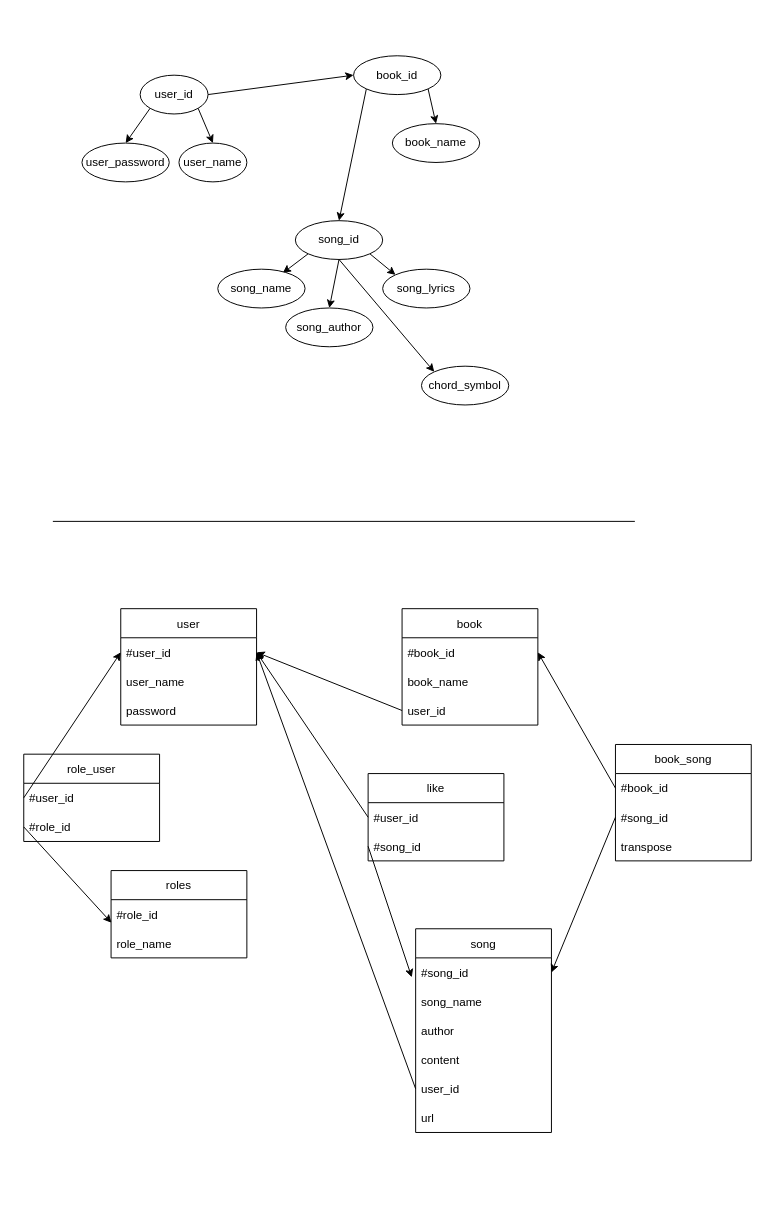
Earlier version of the draw.io diagram docs/schemas/database.drawio (gui3/campsongs). Source tidied: cells renumbered, new cells numbered last; positions are measured from the earlier drawing's top-left corner, leaving out a move shared by most shapes. Both pictures are drawn from the tidied source at 97%, with x=0, y=0 at pixel (23, 55).
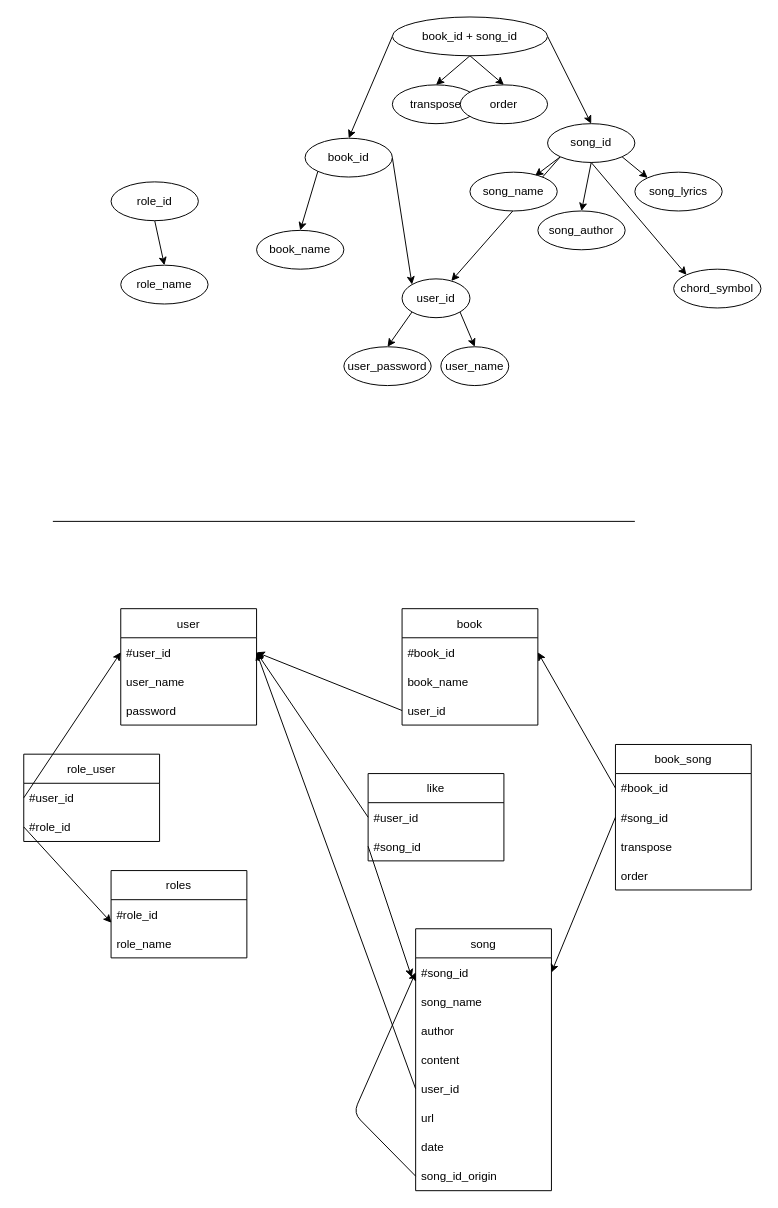
The same page after the edit.

The change refers to these unchanged cells:
```xml
<mxCell id="31" value="#song_id" style="text;strokeColor=none;fillColor=none;align=left;verticalAlign=middle;spacingLeft=4;spacingRight=4;overflow=hidden;points=[[0,0.5],[1,0.5]];portConstraint=eastwest;" parent="30" vertex="1">
  <mxGeometry y="30" width="140" height="30" as="geometry" />
</mxCell>
```

The edit, as a diff of the source:
```diff
@@
     <mxCell id="2" value="user_name" style="ellipse;whiteSpace=wrap;html=1;" parent="1" vertex="1">
-      <mxGeometry x="160" y="90" width="70" height="40" as="geometry" />
+      <mxGeometry x="430" y="300" width="70" height="40" as="geometry" />
     </mxCell>
@@
-    <mxCell id="5" style="edgeStyle=none;html=1;exitX=1;exitY=0.5;exitDx=0;exitDy=0;entryX=0;entryY=0.5;entryDx=0;entryDy=0;" parent="1" edge="1" source="6" target="10">
+    <mxCell id="5" style="edgeStyle=none;html=1;exitX=1;exitY=0.5;exitDx=0;exitDy=0;entryX=0;entryY=0;entryDx=0;entryDy=0;" parent="1" edge="1" source="10" target="6">
       <mxGeometry relative="1" as="geometry" />
     </mxCell>
     <mxCell id="6" value="user_id" style="ellipse;whiteSpace=wrap;html=1;" parent="1" vertex="1">
-      <mxGeometry x="120" y="20" width="70" height="40" as="geometry" />
+      <mxGeometry x="390" y="230" width="70" height="40" as="geometry" />
     </mxCell>
     <mxCell id="7" value="user_password" style="ellipse;whiteSpace=wrap;html=1;" parent="1" vertex="1">
-      <mxGeometry x="60" y="90" width="90" height="40" as="geometry" />
+      <mxGeometry x="330" y="300" width="90" height="40" as="geometry" />
     </mxCell>
-    <mxCell id="8" style="edgeStyle=none;html=1;exitX=1;exitY=1;exitDx=0;exitDy=0;entryX=0.5;entryY=0;entryDx=0;entryDy=0;" parent="1" edge="1" source="10" target="11">
+    <mxCell id="8" style="edgeStyle=none;html=1;exitX=0;exitY=1;exitDx=0;exitDy=0;entryX=0.5;entryY=0;entryDx=0;entryDy=0;" parent="1" edge="1" source="10" target="11">
       <mxGeometry relative="1" as="geometry" />
     </mxCell>
-    <mxCell id="9" style="edgeStyle=none;html=1;exitX=0;exitY=1;exitDx=0;exitDy=0;entryX=0.5;entryY=0;entryDx=0;entryDy=0;" parent="1" edge="1" source="10" target="16">
-      <mxGeometry relative="1" as="geometry" />
-    </mxCell>
     <mxCell id="10" value="book_id" style="ellipse;whiteSpace=wrap;html=1;" parent="1" vertex="1">
-      <mxGeometry x="340" width="90" height="40" as="geometry" />
+      <mxGeometry x="290" y="85" width="90" height="40" as="geometry" />
     </mxCell>
     <mxCell id="11" value="book_name" style="ellipse;whiteSpace=wrap;html=1;" parent="1" vertex="1">
-      <mxGeometry x="380" y="70" width="90" height="40" as="geometry" />
+      <mxGeometry x="240" y="180" width="90" height="40" as="geometry" />
     </mxCell>
@@
+    <mxCell id="58" style="edgeStyle=none;html=1;exitX=0;exitY=1;exitDx=0;exitDy=0;" parent="1" edge="1" source="16" target="6">
+      <mxGeometry relative="1" as="geometry" />
+    </mxCell>
     <mxCell id="16" value="song_id" style="ellipse;whiteSpace=wrap;html=1;" parent="1" vertex="1">
-      <mxGeometry x="280" y="170" width="90" height="40" as="geometry" />
+      <mxGeometry x="540" y="70" width="90" height="40" as="geometry" />
     </mxCell>
     <mxCell id="17" value="song_name" style="ellipse;whiteSpace=wrap;html=1;" parent="1" vertex="1">
-      <mxGeometry x="200" y="220" width="90" height="40" as="geometry" />
+      <mxGeometry x="460" y="120" width="90" height="40" as="geometry" />
     </mxCell>
     <mxCell id="18" value="song_author" style="ellipse;whiteSpace=wrap;html=1;" parent="1" vertex="1">
-      <mxGeometry x="270" y="260" width="90" height="40" as="geometry" />
+      <mxGeometry x="530" y="160" width="90" height="40" as="geometry" />
     </mxCell>
     <mxCell id="19" value="song_lyrics" style="ellipse;whiteSpace=wrap;html=1;" parent="1" vertex="1">
-      <mxGeometry x="370" y="220" width="90" height="40" as="geometry" />
+      <mxGeometry x="630" y="120" width="90" height="40" as="geometry" />
     </mxCell>
     <mxCell id="20" value="chord_symbol" style="ellipse;whiteSpace=wrap;html=1;" parent="1" vertex="1">
-      <mxGeometry x="410" y="320" width="90" height="40" as="geometry" />
+      <mxGeometry x="670" y="220" width="90" height="40" as="geometry" />
     </mxCell>
@@
     <mxCell id="30" value="song" style="swimlane;fontStyle=0;horizontal=1;startSize=30;" parent="1" vertex="1">
-      <mxGeometry x="404" y="900" width="140" height="210" as="geometry" />
+      <mxGeometry x="404" y="900" width="140" height="270" as="geometry" />
     </mxCell>
@@
+    <mxCell id="59" value="date" style="text;strokeColor=none;fillColor=none;align=left;verticalAlign=middle;spacingLeft=4;spacingRight=4;overflow=hidden;" parent="30" vertex="1">
+      <mxGeometry y="210" width="140" height="30" as="geometry" />
+    </mxCell>
+    <mxCell id="60" value="song_id_origin" style="text;strokeColor=none;fillColor=none;align=left;verticalAlign=middle;spacingLeft=4;spacingRight=4;overflow=hidden;points=[[0,0.5],[1,0.5]];portConstraint=eastwest;" parent="30" vertex="1">
+      <mxGeometry y="240" width="140" height="30" as="geometry" />
+    </mxCell>
+    <mxCell id="61" style="edgeStyle=none;html=1;exitX=0;exitY=0.5;exitDx=0;exitDy=0;entryX=0;entryY=0.5;entryDx=0;entryDy=0;" parent="30" edge="1" source="60" target="31">
+      <mxGeometry relative="1" as="geometry">
+        <Array as="points">
+          <mxPoint x="-64" y="190" />
+        </Array>
+      </mxGeometry>
+    </mxCell>
     <mxCell id="37" value="book_song" style="swimlane;fontStyle=0;horizontal=1;startSize=30;" parent="1" vertex="1">
-      <mxGeometry x="610" y="710" width="140" height="120" as="geometry" />
+      <mxGeometry x="610" y="710" width="140" height="150" as="geometry" />
     </mxCell>
@@
+    <mxCell id="62" value="order" style="text;strokeColor=none;fillColor=none;align=left;verticalAlign=middle;spacingLeft=4;spacingRight=4;overflow=hidden;" parent="37" vertex="1">
+      <mxGeometry y="120" width="140" height="30" as="geometry" />
+    </mxCell>
@@
+    <mxCell id="63" style="edgeStyle=none;html=1;exitX=0.5;exitY=1;exitDx=0;exitDy=0;entryX=0.5;entryY=0;entryDx=0;entryDy=0;" parent="1" edge="1" source="65" target="64">
+      <mxGeometry relative="1" as="geometry" />
+    </mxCell>
+    <mxCell id="64" value="role_name" style="ellipse;whiteSpace=wrap;html=1;" parent="1" vertex="1">
+      <mxGeometry x="100" y="215.9" width="90" height="40" as="geometry" />
+    </mxCell>
+    <mxCell id="65" value="role_id" style="ellipse;whiteSpace=wrap;html=1;" parent="1" vertex="1">
+      <mxGeometry x="90" y="130" width="90" height="40" as="geometry" />
+    </mxCell>
+    <mxCell id="66" style="edgeStyle=none;html=1;exitX=0;exitY=0.5;exitDx=0;exitDy=0;entryX=0.5;entryY=0;entryDx=0;entryDy=0;" parent="1" edge="1" source="70" target="10">
+      <mxGeometry relative="1" as="geometry" />
+    </mxCell>
+    <mxCell id="67" style="edgeStyle=none;html=1;exitX=1;exitY=0.5;exitDx=0;exitDy=0;entryX=0.5;entryY=0;entryDx=0;entryDy=0;" parent="1" edge="1" source="70" target="16">
+      <mxGeometry relative="1" as="geometry" />
+    </mxCell>
+    <mxCell id="68" style="edgeStyle=none;html=1;exitX=0.5;exitY=1;exitDx=0;exitDy=0;entryX=0.5;entryY=0;entryDx=0;entryDy=0;" parent="1" edge="1" source="70" target="71">
+      <mxGeometry relative="1" as="geometry" />
+    </mxCell>
+    <mxCell id="69" style="edgeStyle=none;html=1;exitX=0.5;exitY=1;exitDx=0;exitDy=0;entryX=0.5;entryY=0;entryDx=0;entryDy=0;" parent="1" edge="1" source="70" target="72">
+      <mxGeometry relative="1" as="geometry" />
+    </mxCell>
+    <mxCell id="70" value="book_id + song_id" style="ellipse;whiteSpace=wrap;html=1;" parent="1" vertex="1">
+      <mxGeometry x="380" y="-40" width="160" height="40" as="geometry" />
+    </mxCell>
+    <mxCell id="71" value="transpose" style="ellipse;whiteSpace=wrap;html=1;" parent="1" vertex="1">
+      <mxGeometry x="380" y="30" width="90" height="40" as="geometry" />
+    </mxCell>
+    <mxCell id="72" value="order" style="ellipse;whiteSpace=wrap;html=1;" parent="1" vertex="1">
+      <mxGeometry x="450" y="30" width="90" height="40" as="geometry" />
+    </mxCell>
```
